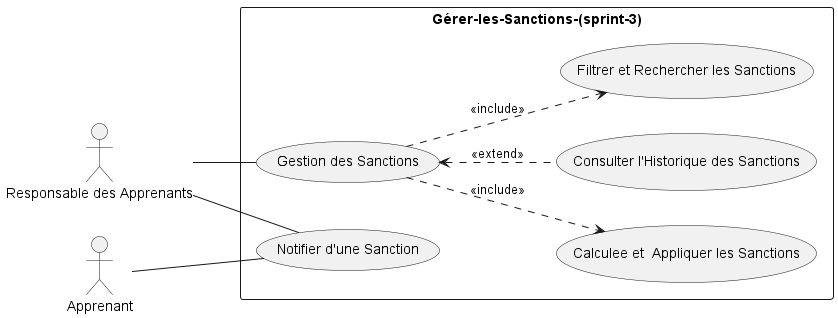
This is out/Functional Branch/Use Case/Use-Case-Sprint3/Use-Case-Sprint3.png from Tribak-Ayoub/Project-fil-rouge, a PlantUML export, as it was before one commit.
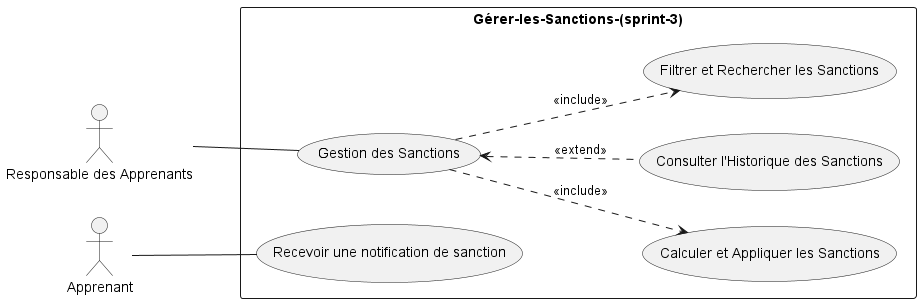
Later version of the same file.

Diff of the diagram source:
```diff
@@ -3,15 +3,14 @@
 actor "Responsable des Apprenants" as Admin
 
 rectangle Gérer-les-Sanctions-(sprint-3) {
-  usecase "Calculee et  Appliquer les Sanctions" as UC2
-  usecase "Notifier d'une Sanction" as UC3
+  usecase "Calculer et Appliquer les Sanctions" as UC2
+  usecase "Recevoir une notification de sanction" as UC3
   usecase "Consulter l'Historique des Sanctions" as UC4
   usecase "Gestion des Sanctions" as UC5
   usecase "Filtrer et Rechercher les Sanctions" as UC7
 }
 
 Admin -- UC5
-Admin -- UC3
 
 Apprenant -- UC3
 
```
